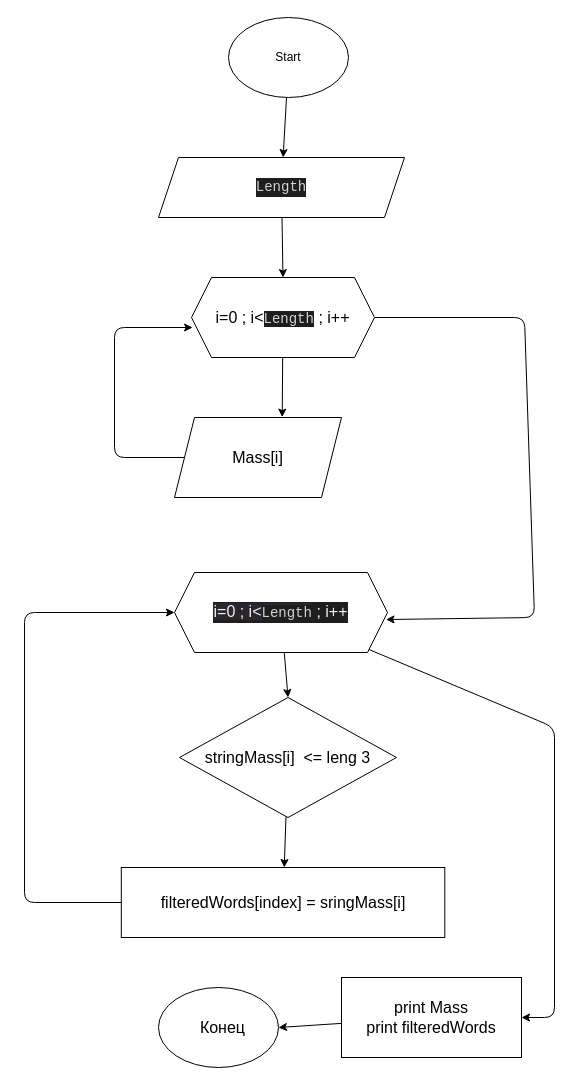
The draw.io diagram diagramma/1.drawio in PG2I/Final_work, before the edit. Source tidied: cells renumbered, new cells numbered last; positions are measured from the earlier drawing's top-left corner, leaving out a move shared by most shapes. Both pictures are drawn from the tidied source at 100%, with x=0, y=0 at pixel (24, 17).
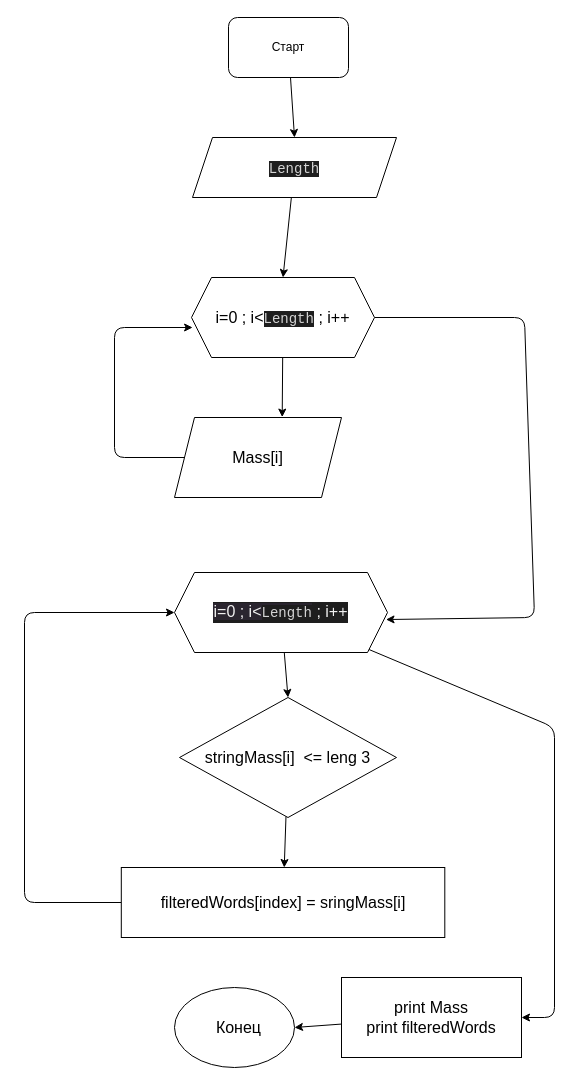
The same diagram, later.

Unchanged cells that the change refers to:
```xml
<mxCell id="9" value="&lt;font style=&quot;font-size: 16px;&quot;&gt;i=0 ; i&amp;lt;&lt;span style=&quot;background-color: rgb(30, 30, 30); color: rgb(212, 212, 212); font-family: Consolas, &amp;quot;Courier New&amp;quot;, monospace; font-size: 14px;&quot;&gt;Length&lt;/span&gt;&lt;/font&gt;&lt;span style=&quot;font-size: 16px; background-color: initial;&quot;&gt;&amp;nbsp;; i++&lt;/span&gt;" style="shape=hexagon;perimeter=hexagonPerimeter2;whiteSpace=wrap;html=1;fixedSize=1;" parent="1" vertex="1">
  <mxGeometry x="167" y="260" width="183" height="80" as="geometry" />
</mxCell>
```

Change to the diagram source:
```diff
@@
-    <mxCell id="2" style="edgeStyle=none;html=1;fontSize=16;" parent="1" edge="1" source="3" target="5">
-      <mxGeometry relative="1" as="geometry" />
-    </mxCell>
-    <mxCell id="3" value="Start" style="ellipse;whiteSpace=wrap;html=1;" parent="1" vertex="1">
-      <mxGeometry x="204" width="120" height="80" as="geometry" />
-    </mxCell>
+    <mxCell id="21" style="edgeStyle=none;html=1;entryX=0.5;entryY=0;entryDx=0;entryDy=0;fontSize=16;" parent="1" edge="1" source="22" target="5">
+      <mxGeometry relative="1" as="geometry" />
+    </mxCell>
+    <mxCell id="22" value="Старт" style="rounded=1;whiteSpace=wrap;html=1;" parent="1" vertex="1">
+      <mxGeometry x="204" width="120" height="60" as="geometry" />
+    </mxCell>
-    <mxCell id="4" style="edgeStyle=none;html=1;entryX=0.5;entryY=0;entryDx=0;entryDy=0;fontSize=16;" parent="1" edge="1" source="5" target="9">
+    <mxCell id="4" style="edgeStyle=none;html=1;entryX=0.5;entryY=0;entryDx=0;entryDy=0;fontSize=16;" parent="1" edge="1" target="9">
       <mxGeometry relative="1" as="geometry" />
     </mxCell>
-    <mxCell id="5" value="&lt;div style=&quot;color: rgb(212, 212, 212); background-color: rgb(30, 30, 30); font-family: Consolas, &amp;quot;Courier New&amp;quot;, monospace; font-size: 14px; line-height: 19px;&quot;&gt;Length&lt;/div&gt;" style="shape=parallelogram;perimeter=parallelogramPerimeter;whiteSpace=wrap;html=1;fixedSize=1;" parent="1" vertex="1">
-      <mxGeometry x="134" y="140" width="246" height="60" as="geometry" />
-    </mxCell>
@@
     <mxCell id="20" value="&amp;nbsp; Конец" style="ellipse;whiteSpace=wrap;html=1;fontSize=16;" parent="1" vertex="1">
-      <mxGeometry x="134" y="970" width="120" height="80" as="geometry" />
+      <mxGeometry x="150" y="970" width="120" height="80" as="geometry" />
     </mxCell>
+    <mxCell id="23" style="edgeStyle=none;html=1;entryX=0.5;entryY=0;entryDx=0;entryDy=0;fontSize=16;" parent="1" edge="1" source="5" target="9">
+      <mxGeometry relative="1" as="geometry" />
+    </mxCell>
+    <mxCell id="5" value="&lt;span style=&quot;color: rgb(212, 212, 212); font-family: Consolas, &amp;quot;Courier New&amp;quot;, monospace; font-size: 14px; background-color: rgb(30, 30, 30);&quot;&gt;Length&lt;/span&gt;" style="shape=parallelogram;perimeter=parallelogramPerimeter;whiteSpace=wrap;html=1;fixedSize=1;fontSize=16;" parent="1" vertex="1">
+      <mxGeometry x="168" y="120" width="204" height="60" as="geometry" />
+    </mxCell>
```
